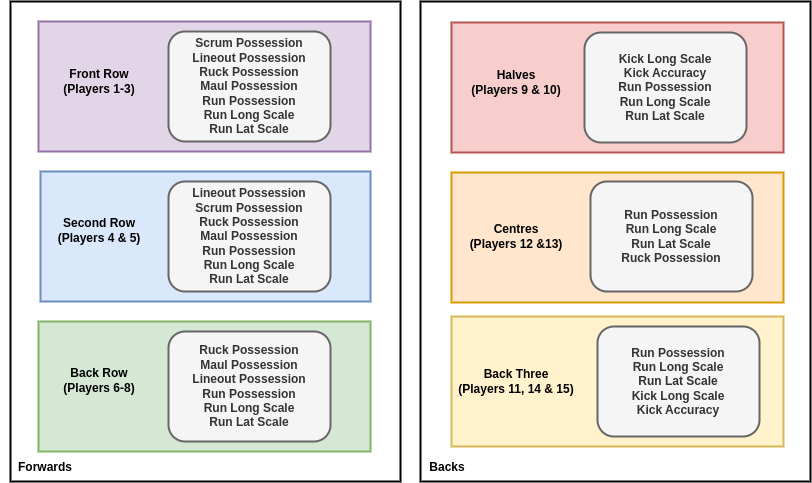
Above: images/rugby-player-abilities.drawio.png in umbralcalc/worlds-of-observation (draw.io), before the change. Source tidied: cells renumbered, new cells last; positions are measured from the earlier drawing's top-left corner, leaving out a move shared by most shapes.
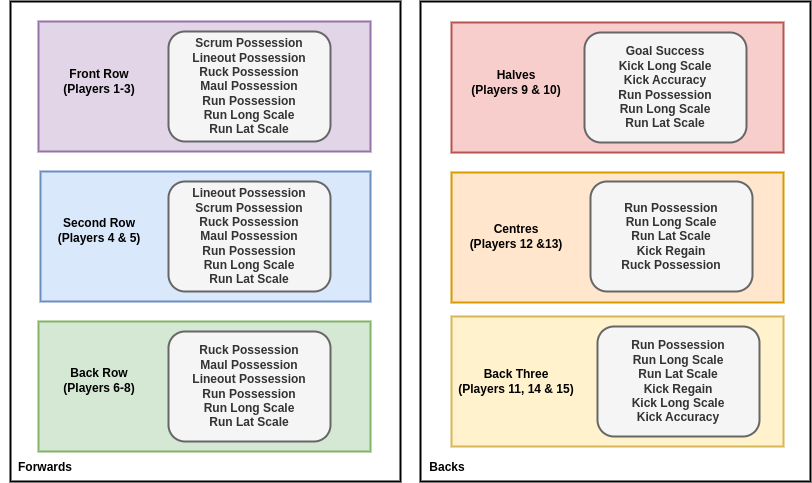
Above is the later version.

The edit, as a diff of the source:
```diff
@@ -59,13 +59,13 @@
     <mxCell id="20" value="&lt;b style=&quot;border-color: var(--border-color);&quot;&gt;Ruck Possession&lt;br style=&quot;border-color: var(--border-color);&quot;&gt;Maul Possession&lt;br&gt;&lt;b style=&quot;border-color: var(--border-color);&quot;&gt;&lt;b style=&quot;border-color: var(--border-color);&quot;&gt;Lineout Possession&lt;/b&gt;&lt;/b&gt;&lt;br&gt;&lt;/b&gt;&lt;b&gt;Run Possession&lt;br&gt;Run Long Scale&lt;br&gt;Run Lat Scale&lt;br&gt;&lt;/b&gt;" style="rounded=1;whiteSpace=wrap;html=1;strokeWidth=2;fillColor=#f5f5f5;strokeColor=#666666;fontColor=#333333;" parent="1" vertex="1">
       <mxGeometry x="168" y="330" width="162" height="110" as="geometry" />
     </mxCell>
-    <mxCell id="21" value="&lt;b style=&quot;border-color: var(--border-color);&quot;&gt;Kick Long Scale&lt;br&gt;Kick Accuracy&lt;br&gt;&lt;/b&gt;&lt;b&gt;Run Possession&lt;br&gt;Run Long Scale&lt;br&gt;Run Lat Scale&lt;br&gt;&lt;/b&gt;" style="rounded=1;whiteSpace=wrap;html=1;strokeWidth=2;fillColor=#f5f5f5;strokeColor=#666666;fontColor=#333333;" parent="1" vertex="1">
+    <mxCell id="21" value="&lt;b style=&quot;border-color: var(--border-color);&quot;&gt;Goal Success&lt;br&gt;Kick Long Scale&lt;br&gt;Kick Accuracy&lt;br&gt;&lt;/b&gt;&lt;b&gt;Run Possession&lt;br&gt;Run Long Scale&lt;br&gt;Run Lat Scale&lt;br&gt;&lt;/b&gt;" style="rounded=1;whiteSpace=wrap;html=1;strokeWidth=2;fillColor=#f5f5f5;strokeColor=#666666;fontColor=#333333;" parent="1" vertex="1">
       <mxGeometry x="584" y="31" width="162" height="110" as="geometry" />
     </mxCell>
-    <mxCell id="22" value="&lt;b&gt;Run Possession&lt;br&gt;Run Long Scale&lt;br&gt;Run Lat Scale&lt;br&gt;&lt;/b&gt;&lt;b style=&quot;border-color: var(--border-color);&quot;&gt;Ruck Possession&lt;/b&gt;&lt;b&gt;&lt;br&gt;&lt;/b&gt;" style="rounded=1;whiteSpace=wrap;html=1;strokeWidth=2;fillColor=#f5f5f5;strokeColor=#666666;fontColor=#333333;" parent="1" vertex="1">
+    <mxCell id="22" value="&lt;b&gt;Run Possession&lt;br&gt;Run Long Scale&lt;br&gt;Run Lat Scale&lt;br&gt;Kick Regain&lt;br&gt;&lt;/b&gt;&lt;b style=&quot;border-color: var(--border-color);&quot;&gt;Ruck Possession&lt;/b&gt;&lt;b&gt;&lt;br&gt;&lt;/b&gt;" style="rounded=1;whiteSpace=wrap;html=1;strokeWidth=2;fillColor=#f5f5f5;strokeColor=#666666;fontColor=#333333;" parent="1" vertex="1">
       <mxGeometry x="590" y="180" width="162" height="110" as="geometry" />
     </mxCell>
-    <mxCell id="23" value="&lt;b style=&quot;border-color: var(--border-color);&quot;&gt;&lt;b style=&quot;border-color: var(--border-color);&quot;&gt;Run Possession&lt;br style=&quot;border-color: var(--border-color);&quot;&gt;Run Long Scale&lt;br style=&quot;border-color: var(--border-color);&quot;&gt;Run Lat Scale&lt;/b&gt;&lt;br&gt;Kick Long Scale&lt;br&gt;Kick Accuracy&lt;/b&gt;&lt;b&gt;&lt;br&gt;&lt;/b&gt;" style="rounded=1;whiteSpace=wrap;html=1;strokeWidth=2;fillColor=#f5f5f5;strokeColor=#666666;fontColor=#333333;" parent="1" vertex="1">
+    <mxCell id="23" value="&lt;b style=&quot;border-color: var(--border-color);&quot;&gt;&lt;b style=&quot;border-color: var(--border-color);&quot;&gt;Run Possession&lt;br style=&quot;border-color: var(--border-color);&quot;&gt;Run Long Scale&lt;br style=&quot;border-color: var(--border-color);&quot;&gt;Run Lat Scale&lt;br&gt;&lt;/b&gt;Kick Regain&lt;br&gt;Kick Long Scale&lt;br&gt;Kick Accuracy&lt;/b&gt;&lt;b&gt;&lt;br&gt;&lt;/b&gt;" style="rounded=1;whiteSpace=wrap;html=1;strokeWidth=2;fillColor=#f5f5f5;strokeColor=#666666;fontColor=#333333;" parent="1" vertex="1">
       <mxGeometry x="597" y="325" width="162" height="110" as="geometry" />
     </mxCell>
   </root>
```
